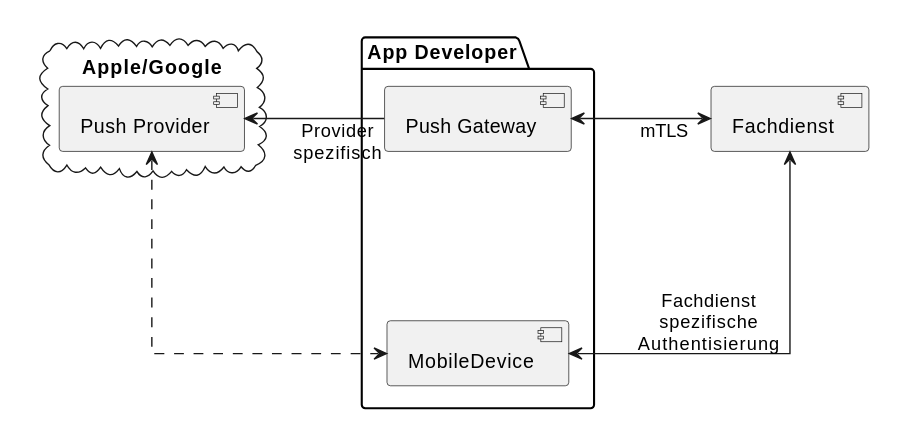
gematik/gem-push-notifications-concept keeps this PlantUML diagram as images/diagrams/push_overview_authentication.svg. Above is the earlier version.
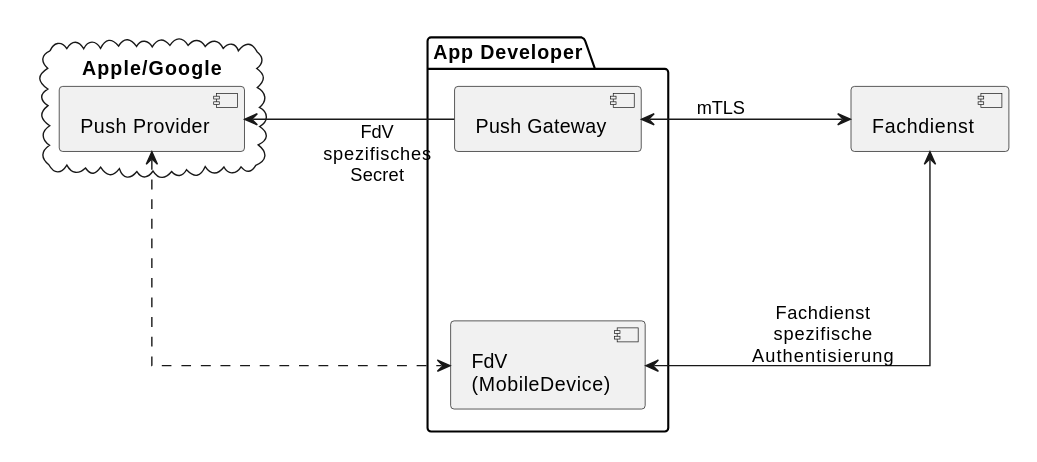
After the commit.

What changed in the source:
```diff
@@ -1,7 +1,7 @@
 @startuml
 !theme gematik from ../puml
 
-skinparam nodesep 100
+skinparam nodesep 150
 
 cloud "Apple/Google" {
     component "Push Provider" as PushProvider
@@ -9,10 +9,10 @@
 
 package "App Developer" {
     component "Push Gateway" as PushGateway
-    component MobileDevice
+    component "FdV\n(MobileDevice)" as MobileDevice
 }
 
-PushGateway -left-> PushProvider : "Provider\nspezifisch"
+PushGateway -left-> PushProvider : "FdV\nspezifisches\nSecret"
 
 MobileDevice <-up.> PushProvider
 
```
